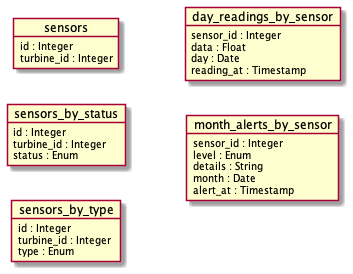
This is exercises/cassandra/diagram/wind_plant.png from simonaslaurinavicius/nosql-databases, a PlantUML export, as it was before one commit.
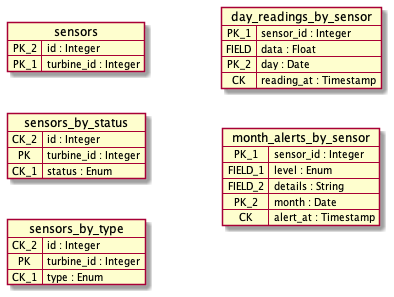
Later version of the same file.

Commit message:
Update diagram and use integers for menu options

Diff of the diagram source:
```diff
@@ -1,36 +1,34 @@
 @startuml
 left to right direction
-object sensors {
-  id : Integer
-  turbine_id : Integer
+map sensors {
+  PK_2 => id : Integer
+  PK_1 => turbine_id : Integer
 }
 
-object sensors_by_status {
-  id : Integer
-  turbine_id : Integer
-  status : Enum
+map sensors_by_status {
+  CK_2 => id : Integer
+  PK => turbine_id : Integer
+  CK_1 => status : Enum
 }
 
-object sensors_by_type {
-  id : Integer
-  turbine_id : Integer
-  type : Enum
+map sensors_by_type {
+  CK_2 => id : Integer
+  PK => turbine_id : Integer
+  CK_1 => type : Enum
 }
 
-object day_readings_by_sensor {
-  sensor_id : Integer
-  data : Float
-  day : Date
-  reading_at : Timestamp
+map day_readings_by_sensor {
+  PK_1 => sensor_id : Integer
+  FIELD => data : Float
+  PK_2 => day : Date
+  CK => reading_at : Timestamp
 }
 
-object month_alerts_by_sensor {
-  sensor_id : Integer
-  level : Enum
-  details : String
-  month : Date
-  alert_at : Timestamp
+map month_alerts_by_sensor {
+  PK_1 => sensor_id : Integer
+  FIELD_1 => level : Enum
+  FIELD_2 => details : String
+  PK_2 => month : Date
+  CK => alert_at : Timestamp
 }
-
-
 @enduml
```
